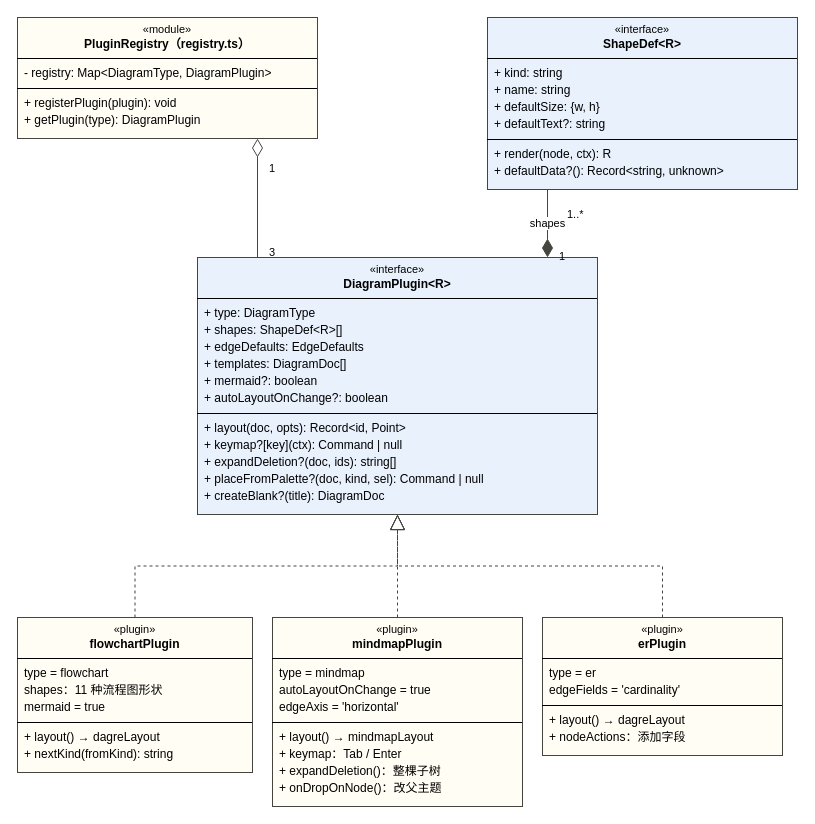
Earlier version of the draw.io diagram labs/lab5-design/class-3-plugins.drawio (Aqua196/diagramstudio). Source tidied: cells renumbered, new cells numbered last; positions are measured from the earlier drawing's top-left corner, leaving out a move shared by most shapes. Both pictures are drawn from the tidied source at 100%, with x=0, y=0 at pixel (17, 17).
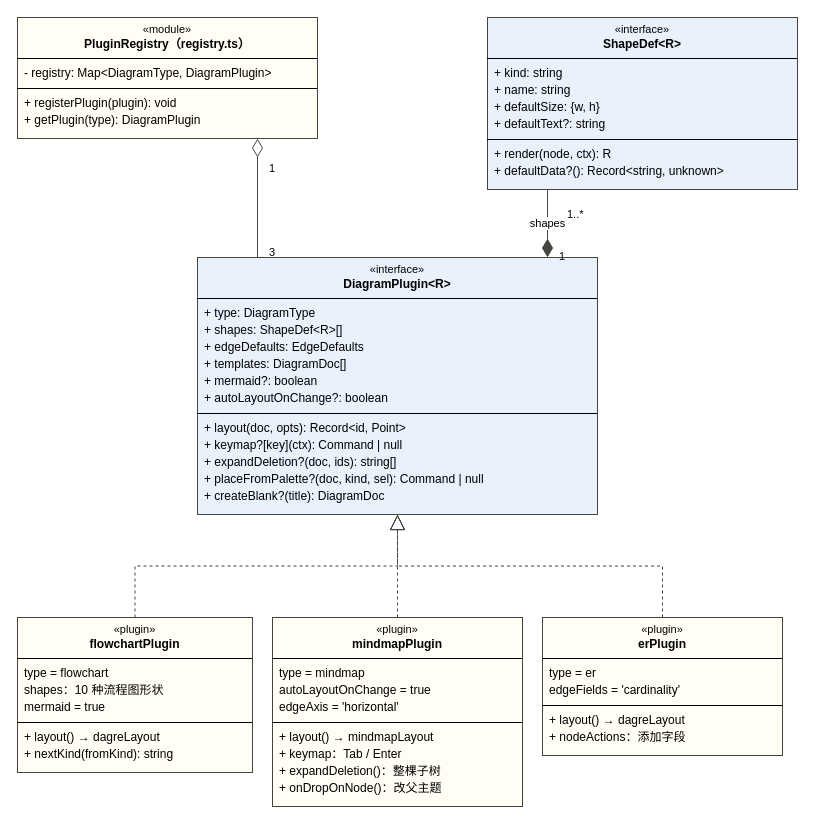
Above is the later version.

Commit message (it also covers changes not shown here):
docs: 交付文档同步到课程实验 10——测试数量与覆盖率、新缺陷记录、ER 键位说明、答辩要点；类图 3 流程图形状数更正为 10

Change to the diagram source:
```diff
@@
 <mxGraphModel>
   <root>
     <mxCell id="0" />
     <mxCell id="1" parent="0" />
     <mxCell id="2" value="&lt;p style=&quot;margin:0;margin-top:5px;text-align:center;line-height:1.25;&quot;&gt;&lt;span style=&quot;font-size:11px;&quot;&gt;«module»&lt;/span&gt;&lt;br&gt;&lt;b&gt;PluginRegistry（registry.ts）&lt;/b&gt;&lt;/p&gt;&lt;hr size=&quot;1&quot; style=&quot;border-style:solid;&quot;&gt;&lt;p style=&quot;margin:0;margin-left:7px;margin-top:3px;line-height:17px;&quot;&gt;- registry: Map&amp;lt;DiagramType, DiagramPlugin&amp;gt;&lt;/p&gt;&lt;hr size=&quot;1&quot; style=&quot;border-style:solid;&quot;&gt;&lt;p style=&quot;margin:0;margin-left:7px;margin-top:3px;line-height:17px;&quot;&gt;+ registerPlugin(plugin): void&lt;br&gt;+ getPlugin(type): DiagramPlugin&lt;/p&gt;" style="verticalAlign=top;align=left;overflow=fill;html=1;whiteSpace=wrap;fontSize=12;fontFamily=WenQuanYi Zen Hei;fillColor=#FFFDF4;strokeColor=#45453F;" parent="1" vertex="1">
       <mxGeometry width="300" height="121" as="geometry" />
     </mxCell>
     <mxCell id="3" value="&lt;p style=&quot;margin:0;margin-top:5px;text-align:center;line-height:1.25;&quot;&gt;&lt;span style=&quot;font-size:11px;&quot;&gt;«interface»&lt;/span&gt;&lt;br&gt;&lt;b&gt;ShapeDef&amp;lt;R&amp;gt;&lt;/b&gt;&lt;/p&gt;&lt;hr size=&quot;1&quot; style=&quot;border-style:solid;&quot;&gt;&lt;p style=&quot;margin:0;margin-left:7px;margin-top:3px;line-height:17px;&quot;&gt;+ kind: string&lt;br&gt;+ name: string&lt;br&gt;+ defaultSize: {w, h}&lt;br&gt;+ defaultText?: string&lt;/p&gt;&lt;hr size=&quot;1&quot; style=&quot;border-style:solid;&quot;&gt;&lt;p style=&quot;margin:0;margin-left:7px;margin-top:3px;line-height:17px;&quot;&gt;+ render(node, ctx): R&lt;br&gt;+ defaultData?(): Record&amp;lt;string, unknown&amp;gt;&lt;/p&gt;" style="verticalAlign=top;align=left;overflow=fill;html=1;whiteSpace=wrap;fontSize=12;fontFamily=WenQuanYi Zen Hei;fillColor=#E9F1FD;strokeColor=#45453F;" parent="1" vertex="1">
       <mxGeometry x="470" width="310" height="172" as="geometry" />
     </mxCell>
     <mxCell id="4" value="&lt;p style=&quot;margin:0;margin-top:5px;text-align:center;line-height:1.25;&quot;&gt;&lt;span style=&quot;font-size:11px;&quot;&gt;«interface»&lt;/span&gt;&lt;br&gt;&lt;b&gt;DiagramPlugin&amp;lt;R&amp;gt;&lt;/b&gt;&lt;/p&gt;&lt;hr size=&quot;1&quot; style=&quot;border-style:solid;&quot;&gt;&lt;p style=&quot;margin:0;margin-left:7px;margin-top:3px;line-height:17px;&quot;&gt;+ type: DiagramType&lt;br&gt;+ shapes: ShapeDef&amp;lt;R&amp;gt;[]&lt;br&gt;+ edgeDefaults: EdgeDefaults&lt;br&gt;+ templates: DiagramDoc[]&lt;br&gt;+ mermaid?: boolean&lt;br&gt;+ autoLayoutOnChange?: boolean&lt;/p&gt;&lt;hr size=&quot;1&quot; style=&quot;border-style:solid;&quot;&gt;&lt;p style=&quot;margin:0;margin-left:7px;margin-top:3px;line-height:17px;&quot;&gt;+ layout(doc, opts): Record&amp;lt;id, Point&amp;gt;&lt;br&gt;+ keymap?[key](ctx): Command | null&lt;br&gt;+ expandDeletion?(doc, ids): string[]&lt;br&gt;+ placeFromPalette?(doc, kind, sel): Command | null&lt;br&gt;+ createBlank?(title): DiagramDoc&lt;/p&gt;" style="verticalAlign=top;align=left;overflow=fill;html=1;whiteSpace=wrap;fontSize=12;fontFamily=WenQuanYi Zen Hei;fillColor=#E9F1FD;strokeColor=#45453F;" parent="1" vertex="1">
       <mxGeometry x="180" y="240" width="400" height="257" as="geometry" />
     </mxCell>
-    <mxCell id="5" value="&lt;p style=&quot;margin:0;margin-top:5px;text-align:center;line-height:1.25;&quot;&gt;&lt;span style=&quot;font-size:11px;&quot;&gt;«plugin»&lt;/span&gt;&lt;br&gt;&lt;b&gt;flowchartPlugin&lt;/b&gt;&lt;/p&gt;&lt;hr size=&quot;1&quot; style=&quot;border-style:solid;&quot;&gt;&lt;p style=&quot;margin:0;margin-left:7px;margin-top:3px;line-height:17px;&quot;&gt;type = flowchart&lt;br&gt;shapes：11 种流程图形状&lt;br&gt;mermaid = true&lt;/p&gt;&lt;hr size=&quot;1&quot; style=&quot;border-style:solid;&quot;&gt;&lt;p style=&quot;margin:0;margin-left:7px;margin-top:3px;line-height:17px;&quot;&gt;+ layout() → dagreLayout&lt;br&gt;+ nextKind(fromKind): string&lt;/p&gt;" style="verticalAlign=top;align=left;overflow=fill;html=1;whiteSpace=wrap;fontSize=12;fontFamily=WenQuanYi Zen Hei;fillColor=#FFFDF4;strokeColor=#45453F;" parent="1" vertex="1">
+    <mxCell id="5" value="&lt;p style=&quot;margin:0;margin-top:5px;text-align:center;line-height:1.25;&quot;&gt;&lt;span style=&quot;font-size:11px;&quot;&gt;«plugin»&lt;/span&gt;&lt;br&gt;&lt;b&gt;flowchartPlugin&lt;/b&gt;&lt;/p&gt;&lt;hr size=&quot;1&quot; style=&quot;border-style:solid;&quot;&gt;&lt;p style=&quot;margin:0;margin-left:7px;margin-top:3px;line-height:17px;&quot;&gt;type = flowchart&lt;br&gt;shapes：10 种流程图形状&lt;br&gt;mermaid = true&lt;/p&gt;&lt;hr size=&quot;1&quot; style=&quot;border-style:solid;&quot;&gt;&lt;p style=&quot;margin:0;margin-left:7px;margin-top:3px;line-height:17px;&quot;&gt;+ layout() → dagreLayout&lt;br&gt;+ nextKind(fromKind): string&lt;/p&gt;" style="verticalAlign=top;align=left;overflow=fill;html=1;whiteSpace=wrap;fontSize=12;fontFamily=WenQuanYi Zen Hei;fillColor=#FFFDF4;strokeColor=#45453F;" parent="1" vertex="1">
       <mxGeometry y="600" width="235" height="155" as="geometry" />
     </mxCell>
     <mxCell id="6" value="&lt;p style=&quot;margin:0;margin-top:5px;text-align:center;line-height:1.25;&quot;&gt;&lt;span style=&quot;font-size:11px;&quot;&gt;«plugin»&lt;/span&gt;&lt;br&gt;&lt;b&gt;mindmapPlugin&lt;/b&gt;&lt;/p&gt;&lt;hr size=&quot;1&quot; style=&quot;border-style:solid;&quot;&gt;&lt;p style=&quot;margin:0;margin-left:7px;margin-top:3px;line-height:17px;&quot;&gt;type = mindmap&lt;br&gt;autoLayoutOnChange = true&lt;br&gt;edgeAxis = 'horizontal'&lt;/p&gt;&lt;hr size=&quot;1&quot; style=&quot;border-style:solid;&quot;&gt;&lt;p style=&quot;margin:0;margin-left:7px;margin-top:3px;line-height:17px;&quot;&gt;+ layout() → mindmapLayout&lt;br&gt;+ keymap：Tab / Enter&lt;br&gt;+ expandDeletion()：整棵子树&lt;br&gt;+ onDropOnNode()：改父主题&lt;/p&gt;" style="verticalAlign=top;align=left;overflow=fill;html=1;whiteSpace=wrap;fontSize=12;fontFamily=WenQuanYi Zen Hei;fillColor=#FFFDF4;strokeColor=#45453F;" parent="1" vertex="1">
       <mxGeometry x="255" y="600" width="250" height="189" as="geometry" />
     </mxCell>
     <mxCell id="7" value="&lt;p style=&quot;margin:0;margin-top:5px;text-align:center;line-height:1.25;&quot;&gt;&lt;span style=&quot;font-size:11px;&quot;&gt;«plugin»&lt;/span&gt;&lt;br&gt;&lt;b&gt;erPlugin&lt;/b&gt;&lt;/p&gt;&lt;hr size=&quot;1&quot; style=&quot;border-style:solid;&quot;&gt;&lt;p style=&quot;margin:0;margin-left:7px;margin-top:3px;line-height:17px;&quot;&gt;type = er&lt;br&gt;edgeFields = 'cardinality'&lt;/p&gt;&lt;hr size=&quot;1&quot; style=&quot;border-style:solid;&quot;&gt;&lt;p style=&quot;margin:0;margin-left:7px;margin-top:3px;line-height:17px;&quot;&gt;+ layout() → dagreLayout&lt;br&gt;+ nodeActions：添加字段&lt;/p&gt;" style="verticalAlign=top;align=left;overflow=fill;html=1;whiteSpace=wrap;fontSize=12;fontFamily=WenQuanYi Zen Hei;fillColor=#FFFDF4;strokeColor=#45453F;" parent="1" vertex="1">
       <mxGeometry x="525" y="600" width="240" height="138" as="geometry" />
     </mxCell>
     <mxCell id="8" style="edgeStyle=orthogonalEdgeStyle;rounded=0;html=1;startArrow=diamondThin;startFill=0;startSize=16;endArrow=none;strokeColor=#45453F;fontSize=11;fontFamily=WenQuanYi Zen Hei;labelBackgroundColor=#FFFFFF;exitX=0.8;exitY=1;entryX=0.15;entryY=0;" parent="1" edge="1" source="2" target="4">
       <mxGeometry relative="1" as="geometry" />
     </mxCell>
     <mxCell id="9" value="1" style="edgeLabel;html=1;fontSize=11;fontFamily=WenQuanYi Zen Hei;labelBackgroundColor=none;" parent="8" vertex="1">
       <mxGeometry x="-1" relative="1" as="geometry">
         <mxPoint x="10" y="17" as="offset" />
       </mxGeometry>
     </mxCell>
     <mxCell id="10" value="3" style="edgeLabel;html=1;fontSize=11;fontFamily=WenQuanYi Zen Hei;labelBackgroundColor=none;" parent="8" vertex="1">
       <mxGeometry x="1" relative="1" as="geometry">
         <mxPoint x="10" y="-18" as="offset" />
       </mxGeometry>
     </mxCell>
     <mxCell id="11" value="shapes" style="edgeStyle=orthogonalEdgeStyle;rounded=0;html=1;startArrow=diamondThin;startFill=1;startSize=16;endArrow=none;strokeColor=#45453F;fontSize=11;fontFamily=WenQuanYi Zen Hei;labelBackgroundColor=#FFFFFF;exitX=0.875;exitY=0;entryX=0.1935483870967742;entryY=1;" parent="1" edge="1" source="4" target="3">
       <mxGeometry relative="1" as="geometry" />
     </mxCell>
     <mxCell id="12" value="1" style="edgeLabel;html=1;fontSize=11;fontFamily=WenQuanYi Zen Hei;labelBackgroundColor=none;" parent="11" vertex="1">
       <mxGeometry x="-1" relative="1" as="geometry">
         <mxPoint x="10" y="-14" as="offset" />
       </mxGeometry>
     </mxCell>
     <mxCell id="13" value="1..*" style="edgeLabel;html=1;fontSize=11;fontFamily=WenQuanYi Zen Hei;labelBackgroundColor=none;" parent="11" vertex="1">
       <mxGeometry x="1" relative="1" as="geometry">
         <mxPoint x="18" y="12" as="offset" />
       </mxGeometry>
     </mxCell>
     <mxCell id="14" style="edgeStyle=orthogonalEdgeStyle;rounded=0;html=1;endArrow=block;endFill=0;endSize=13;dashed=1;strokeColor=#45453F;fontSize=11;fontFamily=WenQuanYi Zen Hei;labelBackgroundColor=#FFFFFF;exitX=0.5;exitY=0;entryX=0.5;entryY=1;" parent="1" edge="1" source="5" target="4">
       <mxGeometry relative="1" as="geometry" />
     </mxCell>
     <mxCell id="15" style="edgeStyle=orthogonalEdgeStyle;rounded=0;html=1;endArrow=block;endFill=0;endSize=13;dashed=1;strokeColor=#45453F;fontSize=11;fontFamily=WenQuanYi Zen Hei;labelBackgroundColor=#FFFFFF;exitX=0.5;exitY=0;entryX=0.5;entryY=1;" parent="1" edge="1" source="6" target="4">
       <mxGeometry relative="1" as="geometry" />
     </mxCell>
     <mxCell id="16" style="edgeStyle=orthogonalEdgeStyle;rounded=0;html=1;endArrow=block;endFill=0;endSize=13;dashed=1;strokeColor=#45453F;fontSize=11;fontFamily=WenQuanYi Zen Hei;labelBackgroundColor=#FFFFFF;exitX=0.5;exitY=0;entryX=0.5;entryY=1;" parent="1" edge="1" source="7" target="4">
       <mxGeometry relative="1" as="geometry" />
     </mxCell>
   </root>
 </mxGraphModel>
```
